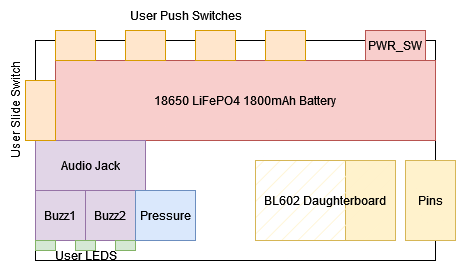
WYVERN2742/Peanut keeps this draw.io diagram as doc/img/board-layout.drawio.png. Above is the earlier version. Source tidied: cells renumbered, new cells last; positions are measured from the earlier drawing's top-left corner, leaving out a move shared by most shapes.
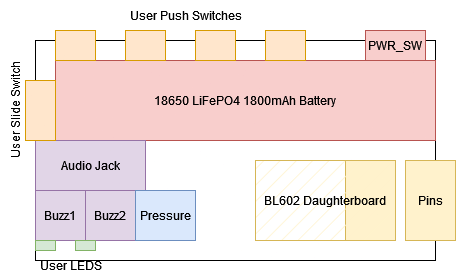
After the change.

The edit, as a diff of the source:
```diff
@@ -38,9 +38,6 @@
     <mxCell id="13" style="rounded=0;whiteSpace=wrap;html=1;fillColor=#d5e8d4;strokeColor=#82b366;" parent="1" vertex="1">
       <mxGeometry x="120" y="240" width="20" height="10" as="geometry" />
     </mxCell>
-    <mxCell id="14" style="rounded=0;whiteSpace=wrap;html=1;fillColor=#d5e8d4;strokeColor=#82b366;" parent="1" vertex="1">
-      <mxGeometry x="160" y="240" width="20" height="10" as="geometry" />
-    </mxCell>
     <mxCell id="15" value="Pins" style="rounded=0;whiteSpace=wrap;html=1;fillColor=#fff2cc;strokeColor=#d6b656;" parent="1" vertex="1">
       <mxGeometry x="450" y="160" width="50" height="80" as="geometry" />
     </mxCell>
@@ -54,7 +51,7 @@
       <mxGeometry y="95" width="120" height="30" as="geometry" />
     </mxCell>
     <mxCell id="19" value="User LEDS" style="text;html=1;align=center;verticalAlign=middle;strokeColor=none;fillColor=none;rotation=0;" parent="1" vertex="1">
-      <mxGeometry x="85" y="240" width="90" height="30" as="geometry" />
+      <mxGeometry x="70" y="250" width="90" height="30" as="geometry" />
     </mxCell>
     <mxCell id="20" style="rounded=0;whiteSpace=wrap;html=1;fillColor=#fff2cc;strokeColor=#d6b656;" parent="1" vertex="1">
       <mxGeometry x="390" y="160" width="50" height="80" as="geometry" />
```
